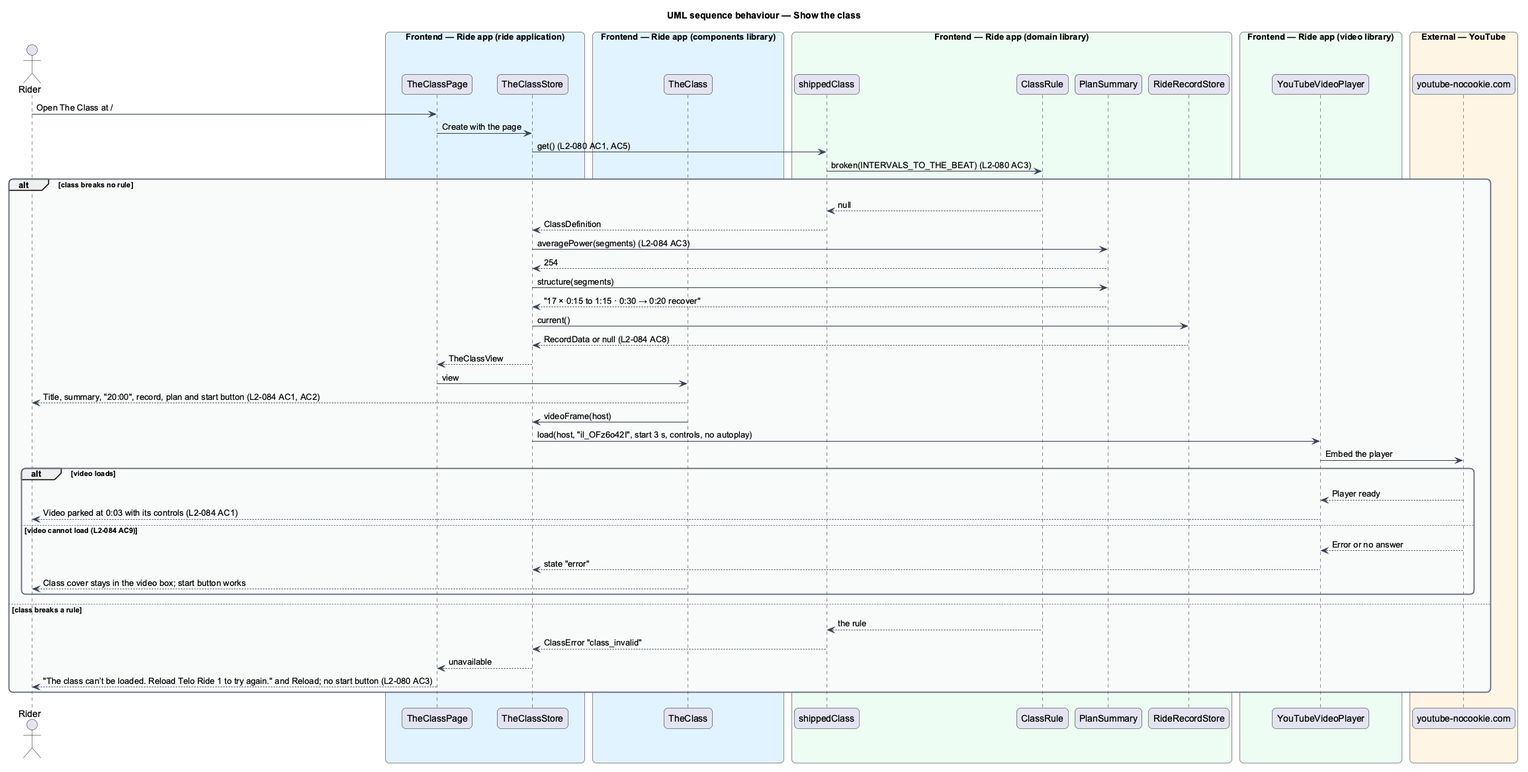
Above: docs/detailed-designs/the-class/show-the-class/diagrams/sequence-show-the-class.png in QuinntyneBrown/ride-one (PlantUML), before the change.
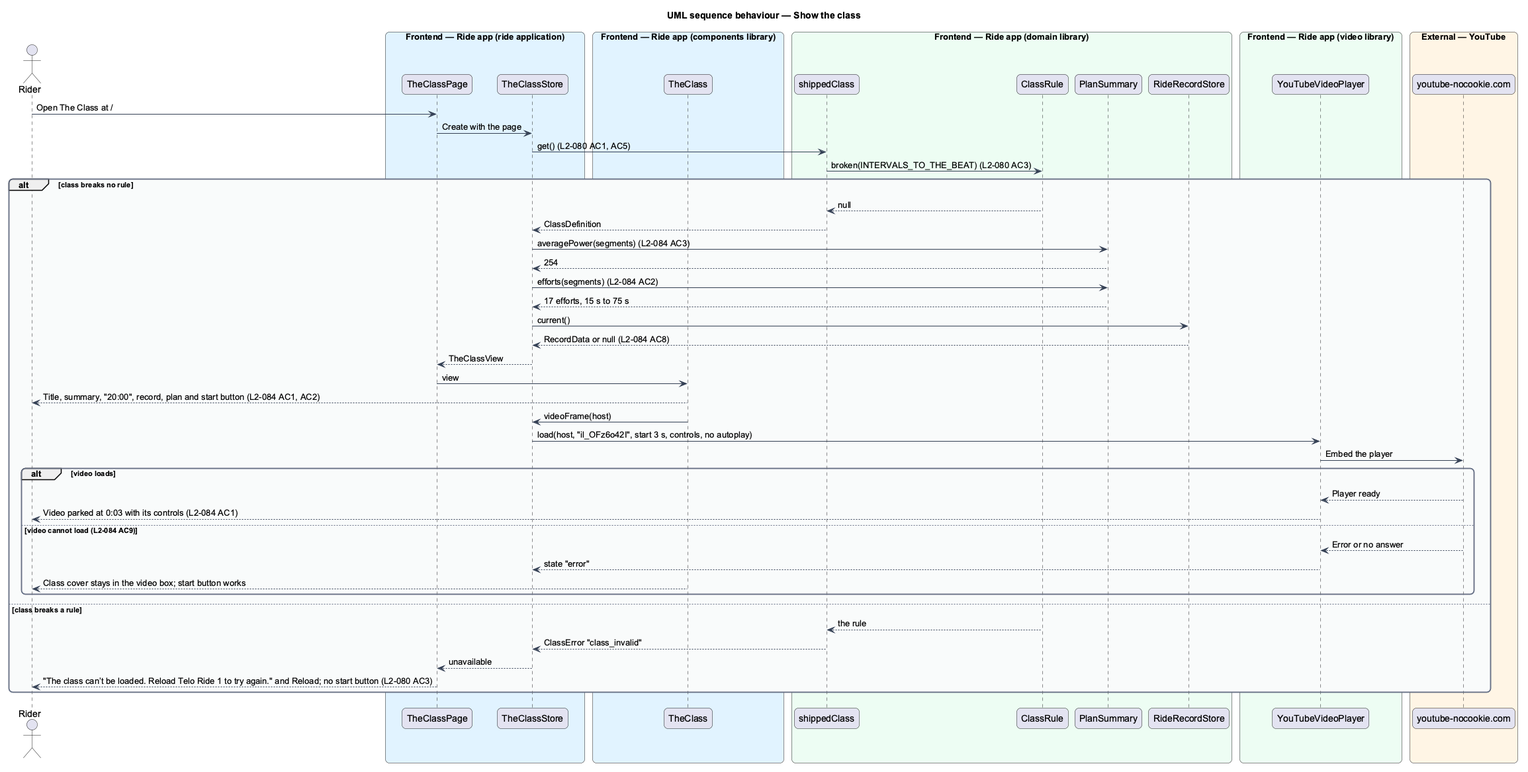
After the change.

Diff of the diagram source:
```diff
@@ -43,8 +43,8 @@
   classes --> store : ClassDefinition
   store -> summary : averagePower(segments) (L2-084 AC3)
   summary --> store : 254
-  store -> summary : structure(segments)
-  summary --> store : "17 × 0:15 to 1:15 · 0:30 → 0:20 recover"
+  store -> summary : efforts(segments) (L2-084 AC2)
+  summary --> store : 17 efforts, 15 s to 75 s
   store -> record : current()
   record --> store : RecordData or null (L2-084 AC8)
   store --> page : TheClassView
```
